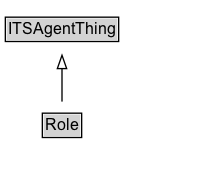
The Graphviz diagram docs/diagrams/Role.dot.png in ISO-TC204/ontology-its-agent-v1, before a commit. Its source is kept beside it as docs/diagrams/Role.dot. The source it was exported from:
```dot
digraph {
	graph [overlap=false rankdir=TB splines=true]
	node [fontname=Arial fontsize=12 margin=0 shape=none]
	edge [fontname=Arial fontsize=11]
	{
		rank=source
		ITSAgentThing [label=<<TABLE BORDER="1" CELLBORDER="0" CELLSPACING="0" CELLPADDING="1"><TR><TD BGCOLOR="lightgray" ALIGN="CENTER">ITSAgentThing</TD></TR></TABLE>> URL="../ITSAgentThing" margin=0]
	}
	Role [label=<<TABLE BORDER="1" CELLBORDER="0" CELLSPACING="0" CELLPADDING="1"><TR><TD BGCOLOR="lightgray" ALIGN="CENTER">Role</TD></TR></TABLE>> URL="../Role" margin=0]
	{
		rank=max
	}
	subgraph cluster_associated {
		label="" style=invis
		Invis [label=<<TABLE BORDER="0" CELLBORDER="0" CELLSPACING="0" CELLPADDING="1"><TR><TD></TD></TR></TABLE>> margin=0 style=invis]
	}
	Role -> ITSAgentThing [arrowhead=onormal style=solid]
}
```
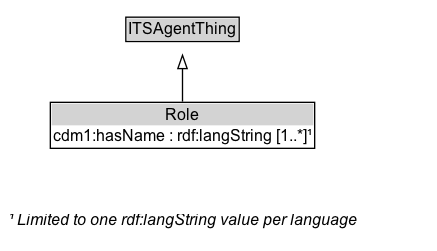
After the commit.

The edit, as a diff of the source:
```diff
@@ -6,7 +6,7 @@
 		rank=source
 		ITSAgentThing [label=<<TABLE BORDER="1" CELLBORDER="0" CELLSPACING="0" CELLPADDING="1"><TR><TD BGCOLOR="lightgray" ALIGN="CENTER">ITSAgentThing</TD></TR></TABLE>> URL="../ITSAgentThing" margin=0]
 	}
-	Role [label=<<TABLE BORDER="1" CELLBORDER="0" CELLSPACING="0" CELLPADDING="1"><TR><TD BGCOLOR="lightgray" ALIGN="CENTER">Role</TD></TR></TABLE>> URL="../Role" margin=0]
+	Role [label=<<TABLE BORDER="1" CELLBORDER="0" CELLSPACING="0" CELLPADDING="1"><TR><TD BGCOLOR="lightgray" ALIGN="CENTER">Role</TD></TR><TR><TD ALIGN="LEFT">cdm1:hasName : rdf:langString [1..*]¹</TD></TR></TABLE>> URL="../Role" margin=0]
 	{
 		rank=max
 	}
@@ -15,4 +15,6 @@
 		Invis [label=<<TABLE BORDER="0" CELLBORDER="0" CELLSPACING="0" CELLPADDING="1"><TR><TD></TD></TR></TABLE>> margin=0 style=invis]
 	}
 	Role -> ITSAgentThing [arrowhead=onormal style=solid]
+	Role_uniqueLang_note [label=<<TABLE BORDER="0" CELLBORDER="0" CELLSPACING="0" CELLPADDING="2"><TR><TD ALIGN="LEFT"><I>¹ Limited to one rdf:langString value per language</I></TD></TR></TABLE>> margin=0]
+	Role -> Role_uniqueLang_note [style=invis]
 }
```
